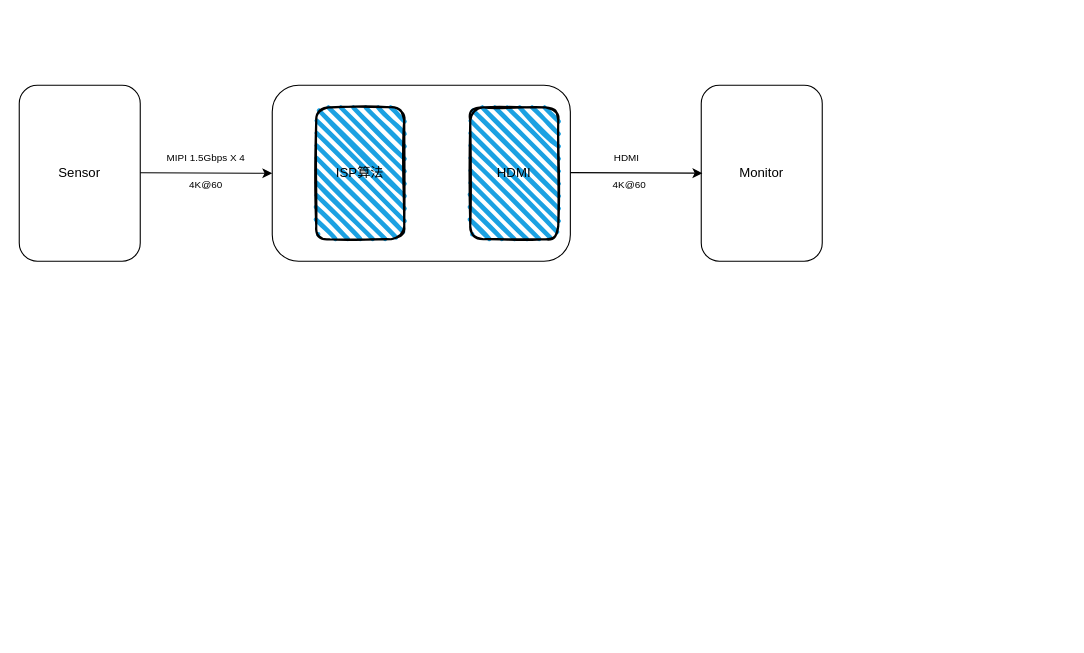
Before: 溯徕扩展HDMI显示.drawio in shenwangchong/learngit, a draw.io diagram. Source tidied: cells renumbered, new cells numbered last; positions are measured from the earlier drawing's top-left corner, leaving out a move shared by most shapes. Both pictures are drawn from the tidied source at 110%, with x=0, y=0 at pixel (19, 85).
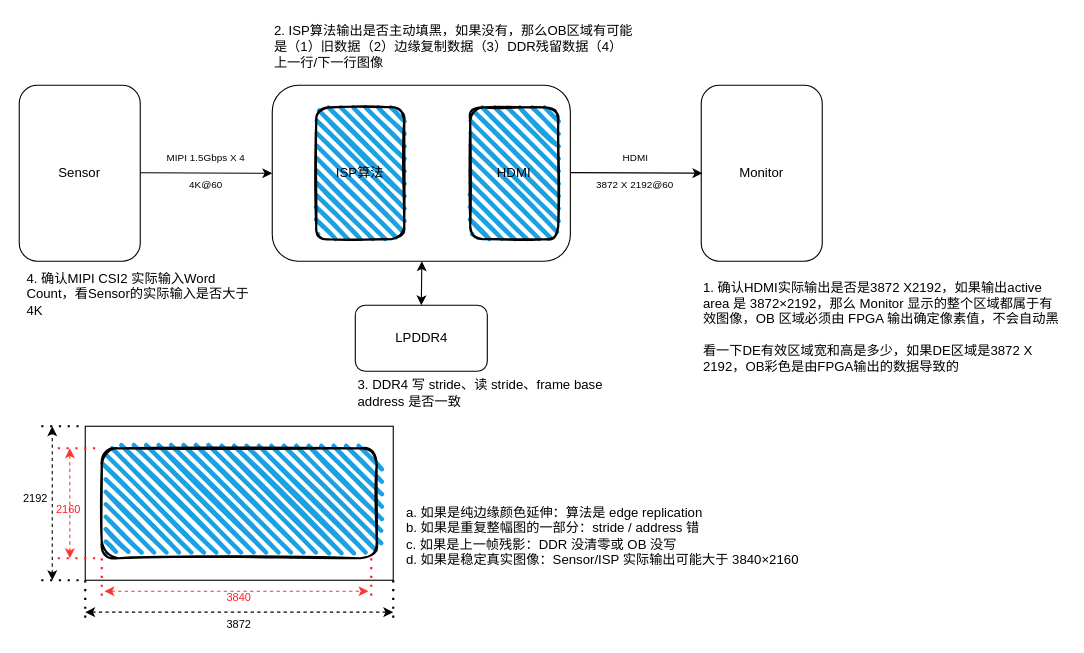
After the change.

Commit message:
更新溯徕扩展HDMI显示.drawio

The edit, as a diff of the source:
```diff
@@
-    <mxCell id="11" value="&lt;font style=&quot;font-size: 9px;&quot;&gt;4K@60&lt;/font&gt;" style="text;html=1;whiteSpace=wrap;strokeColor=none;fillColor=none;align=center;verticalAlign=middle;rounded=0;" parent="1" vertex="1">
-      <mxGeometry x="530" y="80" width="50" height="20" as="geometry" />
+    <mxCell id="11" value="&lt;font style=&quot;font-size: 9px;&quot;&gt;3872 X 2192@60&lt;/font&gt;" style="text;html=1;whiteSpace=wrap;strokeColor=none;fillColor=none;align=center;verticalAlign=middle;rounded=0;" parent="1" vertex="1">
+      <mxGeometry x="520" y="80" width="80" height="20" as="geometry" />
     </mxCell>
     <mxCell id="12" value="&lt;font style=&quot;font-size: 9px;&quot;&gt;HDMI&lt;/font&gt;" style="text;html=1;whiteSpace=wrap;strokeColor=none;fillColor=none;align=center;verticalAlign=middle;rounded=0;" parent="1" vertex="1">
-      <mxGeometry x="530" y="55" width="45" height="20" as="geometry" />
+      <mxGeometry x="537.5" y="55" width="45" height="20" as="geometry" />
     </mxCell>
+    <mxCell id="13" style="group;" parent="1" vertex="1">
+      <mxGeometry y="310" width="340" height="190" as="geometry" />
+    </mxCell>
+    <mxCell id="14" value="&lt;font style=&quot;font-size: 10px;&quot;&gt;2192&lt;/font&gt;" style="text;html=1;whiteSpace=wrap;strokeColor=none;fillColor=none;align=center;verticalAlign=middle;rounded=0;" parent="13" vertex="1">
+      <mxGeometry y="60" width="30" height="10" as="geometry" />
+    </mxCell>
+    <mxCell id="15" style="group;" parent="13" vertex="1">
+      <mxGeometry x="30" width="310" height="190" as="geometry" />
+    </mxCell>
+    <mxCell id="16" style="rounded=0;whiteSpace=wrap;html=1;" parent="15" vertex="1">
+      <mxGeometry x="30" width="280" height="140" as="geometry" />
+    </mxCell>
+    <mxCell id="17" style="endArrow=classic;startArrow=classic;html=1;rounded=0;dashed=1;" parent="15" edge="1">
+      <mxGeometry relative="1" as="geometry">
+        <mxPoint y="140" as="sourcePoint" />
+        <mxPoint as="targetPoint" />
+      </mxGeometry>
+    </mxCell>
+    <mxCell id="18" style="endArrow=none;dashed=1;html=1;dashPattern=1 3;strokeWidth=2;rounded=0;entryX=0;entryY=0;entryDx=0;entryDy=0;" parent="15" edge="1" target="16">
+      <mxGeometry relative="1" as="geometry">
+        <mxPoint x="-10" as="sourcePoint" />
+      </mxGeometry>
+    </mxCell>
+    <mxCell id="19" style="endArrow=none;dashed=1;html=1;dashPattern=1 3;strokeWidth=2;rounded=0;entryX=0;entryY=0;entryDx=0;entryDy=0;" parent="15" edge="1">
+      <mxGeometry relative="1" as="geometry">
+        <mxPoint x="-10" y="140" as="sourcePoint" />
+        <mxPoint x="30" y="140" as="targetPoint" />
+      </mxGeometry>
+    </mxCell>
+    <mxCell id="20" style="endArrow=none;dashed=1;html=1;dashPattern=1 3;strokeWidth=2;rounded=0;" parent="15" edge="1">
+      <mxGeometry relative="1" as="geometry">
+        <mxPoint x="30" y="140" as="sourcePoint" />
+        <mxPoint x="30" y="180" as="targetPoint" />
+      </mxGeometry>
+    </mxCell>
+    <mxCell id="21" style="endArrow=none;dashed=1;html=1;dashPattern=1 3;strokeWidth=2;rounded=0;" parent="15" edge="1">
+      <mxGeometry relative="1" as="geometry">
+        <mxPoint x="310" y="140" as="sourcePoint" />
+        <mxPoint x="310" y="180" as="targetPoint" />
+      </mxGeometry>
+    </mxCell>
+    <mxCell id="22" style="endArrow=classic;startArrow=classic;html=1;rounded=0;dashed=1;" parent="15" edge="1">
+      <mxGeometry relative="1" as="geometry">
+        <mxPoint x="30" y="169" as="sourcePoint" />
+        <mxPoint x="310" y="169" as="targetPoint" />
+      </mxGeometry>
+    </mxCell>
+    <mxCell id="23" value="&lt;font style=&quot;font-size: 10px;&quot;&gt;3872&lt;/font&gt;" style="text;html=1;whiteSpace=wrap;strokeColor=none;fillColor=none;align=center;verticalAlign=middle;rounded=0;" parent="15" vertex="1">
+      <mxGeometry x="150" y="170" width="40" height="20" as="geometry" />
+    </mxCell>
+    <mxCell id="24" style="endArrow=none;dashed=1;html=1;dashPattern=1 3;strokeWidth=2;rounded=0;entryX=0;entryY=0;entryDx=0;entryDy=0;strokeColor=#FF1D30;" parent="15" edge="1">
+      <mxGeometry relative="1" as="geometry">
+        <mxPoint x="5" y="20" as="sourcePoint" />
+        <mxPoint x="45" y="20" as="targetPoint" />
+      </mxGeometry>
+    </mxCell>
+    <mxCell id="25" style="endArrow=none;dashed=1;html=1;dashPattern=1 3;strokeWidth=2;rounded=0;entryX=0;entryY=0;entryDx=0;entryDy=0;strokeColor=#FF1D30;" parent="15" edge="1">
+      <mxGeometry relative="1" as="geometry">
+        <mxPoint x="5" y="120" as="sourcePoint" />
+        <mxPoint x="45" y="120" as="targetPoint" />
+      </mxGeometry>
+    </mxCell>
+    <mxCell id="26" style="endArrow=none;dashed=1;html=1;dashPattern=1 3;strokeWidth=2;rounded=0;entryX=0;entryY=0;entryDx=0;entryDy=0;strokeColor=#FF1D30;" parent="15" edge="1">
+      <mxGeometry relative="1" as="geometry">
+        <mxPoint x="45" y="120" as="sourcePoint" />
+        <mxPoint x="45" y="160" as="targetPoint" />
+      </mxGeometry>
+    </mxCell>
+    <mxCell id="27" style="endArrow=none;dashed=1;html=1;dashPattern=1 3;strokeWidth=2;rounded=0;entryX=0;entryY=0;entryDx=0;entryDy=0;strokeColor=#FF1D30;" parent="15" edge="1">
+      <mxGeometry relative="1" as="geometry">
+        <mxPoint x="290" y="120" as="sourcePoint" />
+        <mxPoint x="290" y="160" as="targetPoint" />
+      </mxGeometry>
+    </mxCell>
+    <mxCell id="28" style="endArrow=classic;startArrow=classic;html=1;rounded=0;dashed=1;strokeColor=#FF3333;" parent="15" edge="1">
+      <mxGeometry relative="1" as="geometry">
+        <mxPoint x="16" y="120" as="sourcePoint" />
+        <mxPoint x="16" y="20" as="targetPoint" />
+      </mxGeometry>
+    </mxCell>
+    <mxCell id="29" style="endArrow=classic;startArrow=classic;html=1;rounded=0;dashed=1;strokeColor=#FF3333;" parent="15" edge="1">
+      <mxGeometry relative="1" as="geometry">
+        <mxPoint x="47.5" y="150" as="sourcePoint" />
+        <mxPoint x="287.5" y="150" as="targetPoint" />
+      </mxGeometry>
+    </mxCell>
+    <mxCell id="30" style="rounded=1;whiteSpace=wrap;html=1;strokeWidth=2;fillWeight=4;hachureGap=8;hachureAngle=45;fillColor=#1ba1e2;sketch=1;" parent="15" vertex="1">
+      <mxGeometry x="45" y="20" width="250" height="100" as="geometry" />
+    </mxCell>
+    <mxCell id="31" value="&lt;font style=&quot;font-size: 10px; color: rgb(255, 29, 48);&quot;&gt;3840&lt;/font&gt;" style="text;html=1;whiteSpace=wrap;strokeColor=none;fillColor=none;align=center;verticalAlign=middle;rounded=0;" parent="15" vertex="1">
+      <mxGeometry x="155" y="150" width="30" height="10" as="geometry" />
+    </mxCell>
+    <mxCell id="32" value="&lt;font style=&quot;font-size: 10px; color: rgb(255, 29, 48);&quot;&gt;2160&lt;/font&gt;" style="text;html=1;whiteSpace=wrap;strokeColor=none;fillColor=none;align=center;verticalAlign=middle;rounded=0;" parent="15" vertex="1">
+      <mxGeometry y="70" width="30" height="10" as="geometry" />
+    </mxCell>
+    <mxCell id="33" value="LPDDR4" style="rounded=1;whiteSpace=wrap;html=1;" parent="1" vertex="1">
+      <mxGeometry x="305.5" y="200" width="120" height="60" as="geometry" />
+    </mxCell>
+    <mxCell id="34" style="endArrow=classic;startArrow=classic;html=1;rounded=0;exitX=0.5;exitY=0;exitDx=0;exitDy=0;" parent="1" edge="1" source="33">
+      <mxGeometry relative="1" as="geometry">
+        <mxPoint x="366" y="160" as="targetPoint" />
+      </mxGeometry>
+    </mxCell>
+    <mxCell id="35" value="1. 确认HDMI实际输出是否是3872 X2192，如果输出active area 是 3872×2192，那么 Monitor 显示的整个区域都属于有效图像，OB 区域必须由 FPGA 输出确定像素值，不会自动黑&lt;div&gt;&lt;br&gt;&lt;/div&gt;&lt;div&gt;看一下DE有效区域宽和高是多少，如果DE区域是3872 X 2192，OB彩色是由FPGA输出的数据导致的&lt;/div&gt;" style="text;html=1;whiteSpace=wrap;strokeColor=none;fillColor=none;align=left;verticalAlign=middle;rounded=0;" parent="1" vertex="1">
+      <mxGeometry x="620" y="170" width="330" height="100" as="geometry" />
+    </mxCell>
+    <mxCell id="36" value="2. ISP算法输出是否主动填黑，如果没有，那么OB区域有可能是（1）旧数据（2）边缘复制数据（3）DDR残留数据（4）上一行/下一行图像" style="text;html=1;whiteSpace=wrap;strokeColor=none;fillColor=none;align=left;verticalAlign=middle;rounded=0;" parent="1" vertex="1">
+      <mxGeometry x="230" y="-60" width="330" height="50" as="geometry" />
+    </mxCell>
+    <mxCell id="37" value="3. DDR4 写 stride、读 stride、frame base address 是否一致" style="text;html=1;whiteSpace=wrap;strokeColor=none;fillColor=none;align=left;verticalAlign=middle;rounded=0;" parent="1" vertex="1">
+      <mxGeometry x="305.5" y="270" width="250" height="20" as="geometry" />
+    </mxCell>
+    <mxCell id="38" value="&lt;div&gt;a. 如果是纯边缘颜色延伸：算法是 edge replication&lt;/div&gt;&lt;div&gt;b. 如果是重复整幅图的一部分：stride / address 错&lt;/div&gt;&lt;div&gt;c. 如果是上一帧残影：DDR 没清零或 OB 没写&lt;/div&gt;&lt;div&gt;d. 如果是稳定真实图像：Sensor/ISP 实际输出可能大于 3840×2160&lt;/div&gt;" style="text;html=1;whiteSpace=wrap;strokeColor=none;fillColor=none;align=left;verticalAlign=middle;rounded=0;" parent="1" vertex="1">
+      <mxGeometry x="350" y="370" width="370" height="80" as="geometry" />
+    </mxCell>
+    <mxCell id="39" value="4. 确认MIPI CSI2 实际输入Word Count，看Sensor的实际输入是否大于4K" style="text;html=1;whiteSpace=wrap;strokeColor=none;fillColor=none;align=left;verticalAlign=middle;rounded=0;" parent="1" vertex="1">
+      <mxGeometry x="5" y="170" width="215" height="40" as="geometry" />
+    </mxCell>
```
